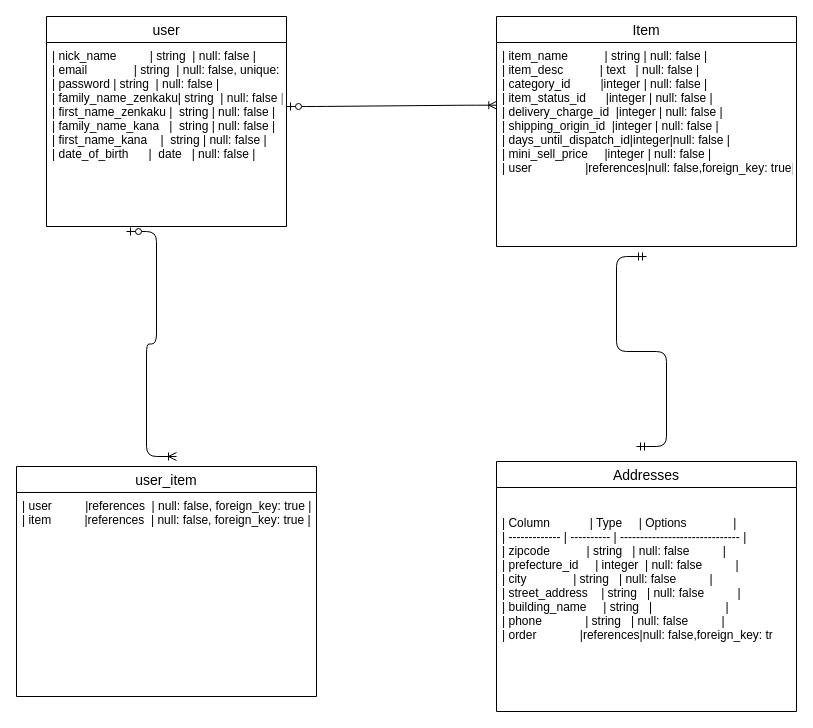
Earlier version of the draw.io diagram app/views/furima-39640-ER.dio (SoramatsuShio/furima-39640). Source tidied: cells renumbered, new cells numbered last; positions are measured from the earlier drawing's top-left corner, leaving out a move shared by most shapes. Both pictures are drawn from the tidied source at 100%, with x=0, y=0 at pixel (16, 16).
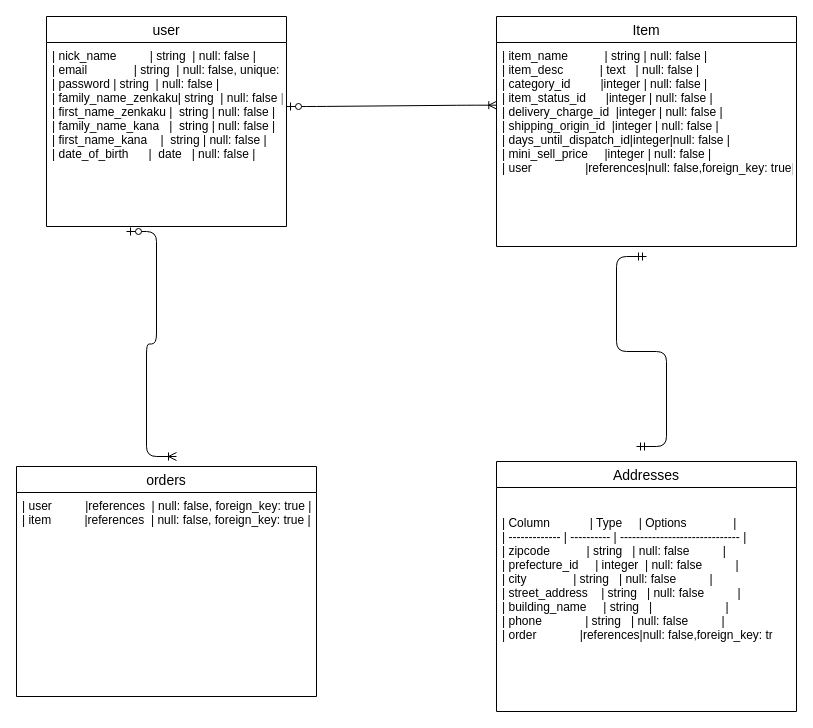
After the change.

The edit, as a diff of the source:
```diff
@@
 <mxGraphModel>
   <root>
     <mxCell id="0" />
     <mxCell id="1" parent="0" />
     <mxCell id="2" value="user" style="swimlane;fontStyle=0;horizontal=1;startSize=26;align=center;fontSize=14;" parent="1" vertex="1">
       <mxGeometry x="30" width="240" height="210" as="geometry" />
     </mxCell>
     <mxCell id="3" value="| nick_name          | string  | null: false |&#10;| email              | string  | null: false, unique: true |&#10;| password | string  | null: false |&#10;| family_name_zenkaku| string  | null: false |&#10;| first_name_zenkaku |  string | null: false |&#10;| family_name_kana   |  string | null: false |&#10;| first_name_kana    |  string | null: false |&#10;| date_of_birth      |  date   | null: false |&#10;" style="text;strokeColor=none;fillColor=none;spacingLeft=4;spacingRight=4;overflow=hidden;fontSize=12;" parent="2" vertex="1">
       <mxGeometry y="26" width="240" height="184" as="geometry" />
     </mxCell>
     <mxCell id="4" value="Item" style="swimlane;fontStyle=0;horizontal=1;startSize=26;align=center;fontSize=14;" parent="1" vertex="1">
       <mxGeometry x="480" width="300" height="230" as="geometry" />
     </mxCell>
     <mxCell id="5" value="| item_name           | string | null: false |&#10;| item_desc           | text   | null: false |&#10;| category_id         |integer | null: false |&#10;| item_status_id      |integer | null: false |&#10;| delivery_charge_id  |integer | null: false |&#10;| shipping_origin_id  |integer | null: false |&#10;| days_until_dispatch_id|integer|null: false |&#10;| mini_sell_price     |integer | null: false |&#10;| user                |references|null: false,foreign_key: true|&#10;" style="text;strokeColor=none;fillColor=none;spacingLeft=4;spacingRight=4;overflow=hidden;fontSize=12;" parent="4" vertex="1">
       <mxGeometry y="26" width="300" height="204" as="geometry" />
     </mxCell>
     <mxCell id="6" style="edgeStyle=entityRelationEdgeStyle;fontSize=12;html=1;endArrow=ERoneToMany;startArrow=ERzeroToOne;entryX=0.001;entryY=1.091;entryDx=0;entryDy=0;entryPerimeter=0;" parent="1" edge="1">
       <mxGeometry relative="1" as="geometry">
         <mxPoint x="270" y="90" as="sourcePoint" />
         <mxPoint x="480.3" y="88.7" as="targetPoint" />
       </mxGeometry>
     </mxCell>
-    <mxCell id="7" value="user_item" style="swimlane;fontStyle=0;horizontal=1;startSize=26;align=center;fontSize=14;" parent="1" vertex="1">
+    <mxCell id="7" value="orders" style="swimlane;fontStyle=0;horizontal=1;startSize=26;align=center;fontSize=14;" parent="1" vertex="1">
       <mxGeometry y="450" width="300" height="230" as="geometry" />
     </mxCell>
     <mxCell id="8" value="| user          |references  | null: false, foreign_key: true |&#10;| item          |references  | null: false, foreign_key: true |&#10;" style="text;strokeColor=none;fillColor=none;spacingLeft=4;spacingRight=4;overflow=hidden;fontSize=12;" parent="7" vertex="1">
       <mxGeometry y="26" width="300" height="204" as="geometry" />
     </mxCell>
     <mxCell id="9" value="Addresses" style="swimlane;fontStyle=0;horizontal=1;startSize=26;align=center;fontSize=14;" parent="1" vertex="1">
       <mxGeometry x="480" y="445" width="300" height="250" as="geometry" />
     </mxCell>
     <mxCell id="10" value="&#10;| Column            | Type     | Options              |&#10;| ------------- | ---------- | ------------------------------ |&#10;| zipcode           | string   | null: false          |&#10;| prefecture_id     | integer  | null: false          |&#10;| city              | string   | null: false          |&#10;| street_address    | string   | null: false          |&#10;| building_name     | string   |                      |&#10;| phone             | string   | null: false          |&#10;| order             |references|null: false,foreign_key: true|&#10;&#10;&#10;" style="text;strokeColor=none;fillColor=none;spacingLeft=4;spacingRight=4;overflow=hidden;fontSize=12;" parent="1" vertex="1">
       <mxGeometry x="480" y="479" width="280" height="204" as="geometry" />
     </mxCell>
     <mxCell id="11" style="edgeStyle=entityRelationEdgeStyle;fontSize=12;html=1;endArrow=ERoneToMany;startArrow=ERzeroToOne;exitX=1.038;exitY=0.95;exitDx=0;exitDy=0;exitPerimeter=0;" parent="1" edge="1">
       <mxGeometry relative="1" as="geometry">
         <mxPoint x="110" y="215" as="sourcePoint" />
         <mxPoint x="160" y="440" as="targetPoint" />
       </mxGeometry>
     </mxCell>
     <mxCell id="12" style="edgeStyle=entityRelationEdgeStyle;fontSize=12;html=1;endArrow=ERmandOne;startArrow=ERmandOne;" parent="1" edge="1">
       <mxGeometry relative="1" as="geometry">
         <mxPoint x="620" y="430" as="sourcePoint" />
         <mxPoint x="630" y="240" as="targetPoint" />
       </mxGeometry>
     </mxCell>
   </root>
 </mxGraphModel>
```
